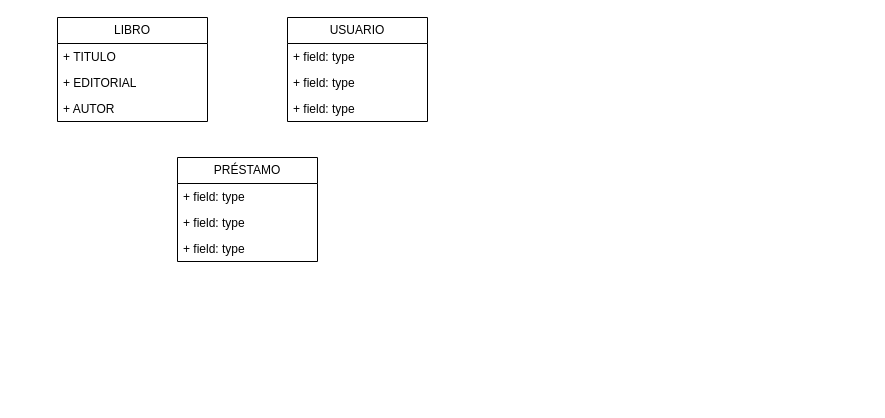
Earlier version of the draw.io diagram Ej Diagrama.drawio (Rekitt014/PRUEBA-FORTU). Source tidied: cells renumbered, new cells numbered last; positions are measured from the earlier drawing's top-left corner, leaving out a move shared by most shapes. Both pictures are drawn from the tidied source at 100%, with x=0, y=0 at pixel (57, 17).
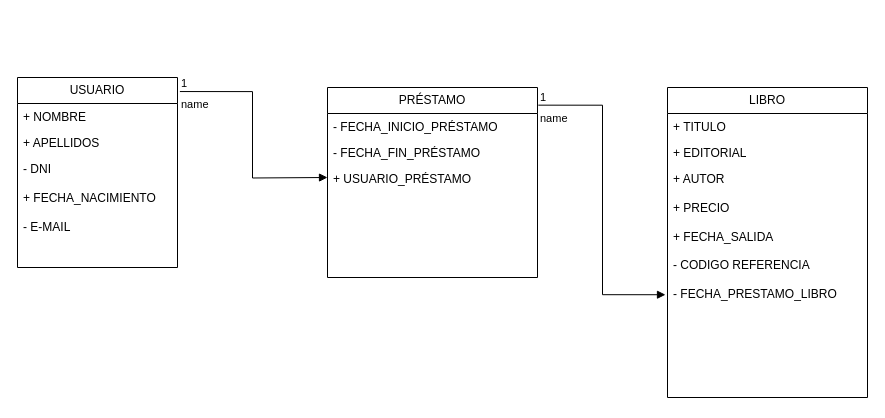
Above is the later version.

The edit, as a diff of the source:
```diff
@@
 <mxGraphModel>
   <root>
     <mxCell id="0" />
     <mxCell id="1" parent="0" />
     <mxCell id="2" value="LIBRO" style="swimlane;fontStyle=0;horizontal=1;startSize=26;fillColor=none;whiteSpace=wrap;html=1;" parent="1" vertex="1">
-      <mxGeometry width="150" height="104" as="geometry" />
+      <mxGeometry x="610" y="70" width="200" height="310" as="geometry" />
     </mxCell>
     <mxCell id="3" value="+ TITULO" style="text;strokeColor=none;fillColor=none;align=left;verticalAlign=top;spacingLeft=4;spacingRight=4;overflow=hidden;whiteSpace=wrap;html=1;" parent="2" vertex="1">
-      <mxGeometry y="26" width="150" height="26" as="geometry" />
+      <mxGeometry y="26" width="200" height="26" as="geometry" />
     </mxCell>
     <mxCell id="4" value="+ EDITORIAL" style="text;strokeColor=none;fillColor=none;align=left;verticalAlign=top;spacingLeft=4;spacingRight=4;overflow=hidden;whiteSpace=wrap;html=1;" parent="2" vertex="1">
-      <mxGeometry y="52" width="150" height="26" as="geometry" />
+      <mxGeometry y="52" width="200" height="26" as="geometry" />
     </mxCell>
-    <mxCell id="5" value="+ AUTOR" style="text;strokeColor=none;fillColor=none;align=left;verticalAlign=top;spacingLeft=4;spacingRight=4;overflow=hidden;points=[[0,0.5],[1,0.5]];portConstraint=eastwest;whiteSpace=wrap;html=1;" parent="2" vertex="1">
-      <mxGeometry y="78" width="150" height="26" as="geometry" />
+    <mxCell id="5" value="+ AUTOR&lt;div&gt;&lt;br&gt;&lt;/div&gt;&lt;div&gt;+ PRECIO&lt;/div&gt;&lt;div&gt;&lt;br&gt;&lt;/div&gt;&lt;div&gt;+ FECHA_SALIDA&lt;/div&gt;&lt;div&gt;&lt;br&gt;&lt;/div&gt;&lt;div&gt;- CODIGO REFERENCIA&lt;/div&gt;&lt;div&gt;&lt;br&gt;&lt;/div&gt;&lt;div&gt;- FECHA_PRESTAMO_LIBRO&lt;/div&gt;&lt;div&gt;&lt;br&gt;&lt;/div&gt;&lt;div&gt;&lt;br&gt;&lt;/div&gt;" style="text;strokeColor=none;fillColor=none;align=left;verticalAlign=top;spacingLeft=4;spacingRight=4;overflow=hidden;points=[[0,0.5],[1,0.5]];portConstraint=eastwest;whiteSpace=wrap;html=1;" parent="2" vertex="1">
+      <mxGeometry y="78" width="200" height="232" as="geometry" />
     </mxCell>
     <mxCell id="6" value="USUARIO" style="swimlane;fontStyle=0;horizontal=1;startSize=26;fillColor=none;whiteSpace=wrap;html=1;" parent="1" vertex="1">
-      <mxGeometry x="230" width="140" height="104" as="geometry" />
+      <mxGeometry x="-40" y="60" width="160" height="190" as="geometry" />
     </mxCell>
-    <mxCell id="7" value="+ field: type" style="text;strokeColor=none;fillColor=none;align=left;verticalAlign=top;spacingLeft=4;spacingRight=4;overflow=hidden;whiteSpace=wrap;html=1;" parent="6" vertex="1">
-      <mxGeometry y="26" width="140" height="26" as="geometry" />
+    <mxCell id="7" value="+ NOMBRE" style="text;strokeColor=none;fillColor=none;align=left;verticalAlign=top;spacingLeft=4;spacingRight=4;overflow=hidden;whiteSpace=wrap;html=1;" parent="6" vertex="1">
+      <mxGeometry y="26" width="160" height="26" as="geometry" />
     </mxCell>
-    <mxCell id="8" value="+ field: type" style="text;strokeColor=none;fillColor=none;align=left;verticalAlign=top;spacingLeft=4;spacingRight=4;overflow=hidden;whiteSpace=wrap;html=1;" parent="6" vertex="1">
-      <mxGeometry y="52" width="140" height="26" as="geometry" />
+    <mxCell id="8" value="+ APELLIDOS" style="text;strokeColor=none;fillColor=none;align=left;verticalAlign=top;spacingLeft=4;spacingRight=4;overflow=hidden;whiteSpace=wrap;html=1;" parent="6" vertex="1">
+      <mxGeometry y="52" width="160" height="26" as="geometry" />
     </mxCell>
-    <mxCell id="9" value="+ field: type" style="text;strokeColor=none;fillColor=none;align=left;verticalAlign=top;spacingLeft=4;spacingRight=4;overflow=hidden;whiteSpace=wrap;html=1;" parent="6" vertex="1">
-      <mxGeometry y="78" width="140" height="26" as="geometry" />
+    <mxCell id="9" value="- DNI&lt;div&gt;&lt;br&gt;&lt;/div&gt;&lt;div&gt;+ FECHA_NACIMIENTO&lt;/div&gt;&lt;div&gt;&lt;br&gt;&lt;/div&gt;&lt;div&gt;- E-MAIL&lt;/div&gt;" style="text;strokeColor=none;fillColor=none;align=left;verticalAlign=top;spacingLeft=4;spacingRight=4;overflow=hidden;whiteSpace=wrap;html=1;" parent="6" vertex="1">
+      <mxGeometry y="78" width="160" height="112" as="geometry" />
     </mxCell>
     <mxCell id="10" value="PRÉSTAMO" style="swimlane;fontStyle=0;horizontal=1;startSize=26;fillColor=none;whiteSpace=wrap;html=1;" parent="1" vertex="1">
-      <mxGeometry x="120" y="140" width="140" height="104" as="geometry" />
+      <mxGeometry x="270" y="70" width="210" height="190" as="geometry" />
     </mxCell>
-    <mxCell id="11" value="+ field: type" style="text;strokeColor=none;fillColor=none;align=left;verticalAlign=top;spacingLeft=4;spacingRight=4;overflow=hidden;whiteSpace=wrap;html=1;" parent="10" vertex="1">
-      <mxGeometry y="26" width="140" height="26" as="geometry" />
+    <mxCell id="11" value="- FECHA_INICIO_PRÉSTAMO" style="text;strokeColor=none;fillColor=none;align=left;verticalAlign=top;spacingLeft=4;spacingRight=4;overflow=hidden;whiteSpace=wrap;html=1;" parent="10" vertex="1">
+      <mxGeometry y="26" width="210" height="26" as="geometry" />
     </mxCell>
-    <mxCell id="12" value="+ field: type" style="text;strokeColor=none;fillColor=none;align=left;verticalAlign=top;spacingLeft=4;spacingRight=4;overflow=hidden;whiteSpace=wrap;html=1;" parent="10" vertex="1">
-      <mxGeometry y="52" width="140" height="26" as="geometry" />
+    <mxCell id="12" value="- FECHA_FIN_PRÉSTAMO" style="text;strokeColor=none;fillColor=none;align=left;verticalAlign=top;spacingLeft=4;spacingRight=4;overflow=hidden;whiteSpace=wrap;html=1;" parent="10" vertex="1">
+      <mxGeometry y="52" width="210" height="26" as="geometry" />
     </mxCell>
-    <mxCell id="13" value="+ field: type" style="text;strokeColor=none;fillColor=none;align=left;verticalAlign=top;spacingLeft=4;spacingRight=4;overflow=hidden;whiteSpace=wrap;html=1;" parent="10" vertex="1">
-      <mxGeometry y="78" width="140" height="26" as="geometry" />
+    <mxCell id="13" value="+ USUARIO_PRÉSTAMO" style="text;strokeColor=none;fillColor=none;align=left;verticalAlign=top;spacingLeft=4;spacingRight=4;overflow=hidden;whiteSpace=wrap;html=1;" parent="10" vertex="1">
+      <mxGeometry y="78" width="210" height="112" as="geometry" />
     </mxCell>
+    <mxCell id="14" value="name" style="endArrow=block;endFill=1;html=1;edgeStyle=orthogonalEdgeStyle;align=left;verticalAlign=top;rounded=0;exitX=1.015;exitY=0.074;exitDx=0;exitDy=0;exitPerimeter=0;" parent="1" edge="1" source="6">
+      <mxGeometry x="-1" relative="1" as="geometry">
+        <mxPoint x="270" y="160" as="targetPoint" />
+      </mxGeometry>
+    </mxCell>
+    <mxCell id="15" value="1" style="edgeLabel;html=1;align=left;verticalAlign=bottom;" parent="14" vertex="1">
+      <mxGeometry x="-1" relative="1" as="geometry" />
+    </mxCell>
+    <mxCell id="16" value="name" style="endArrow=block;endFill=1;html=1;edgeStyle=orthogonalEdgeStyle;align=left;verticalAlign=top;rounded=0;exitX=1.004;exitY=0.093;exitDx=0;exitDy=0;exitPerimeter=0;entryX=-0.01;entryY=0.557;entryDx=0;entryDy=0;entryPerimeter=0;" parent="1" edge="1" source="10" target="5">
+      <mxGeometry x="-1" relative="1" as="geometry" />
+    </mxCell>
+    <mxCell id="17" value="1" style="edgeLabel;html=1;align=left;verticalAlign=bottom;" parent="16" vertex="1">
+      <mxGeometry x="-1" relative="1" as="geometry" />
+    </mxCell>
   </root>
 </mxGraphModel>
```
